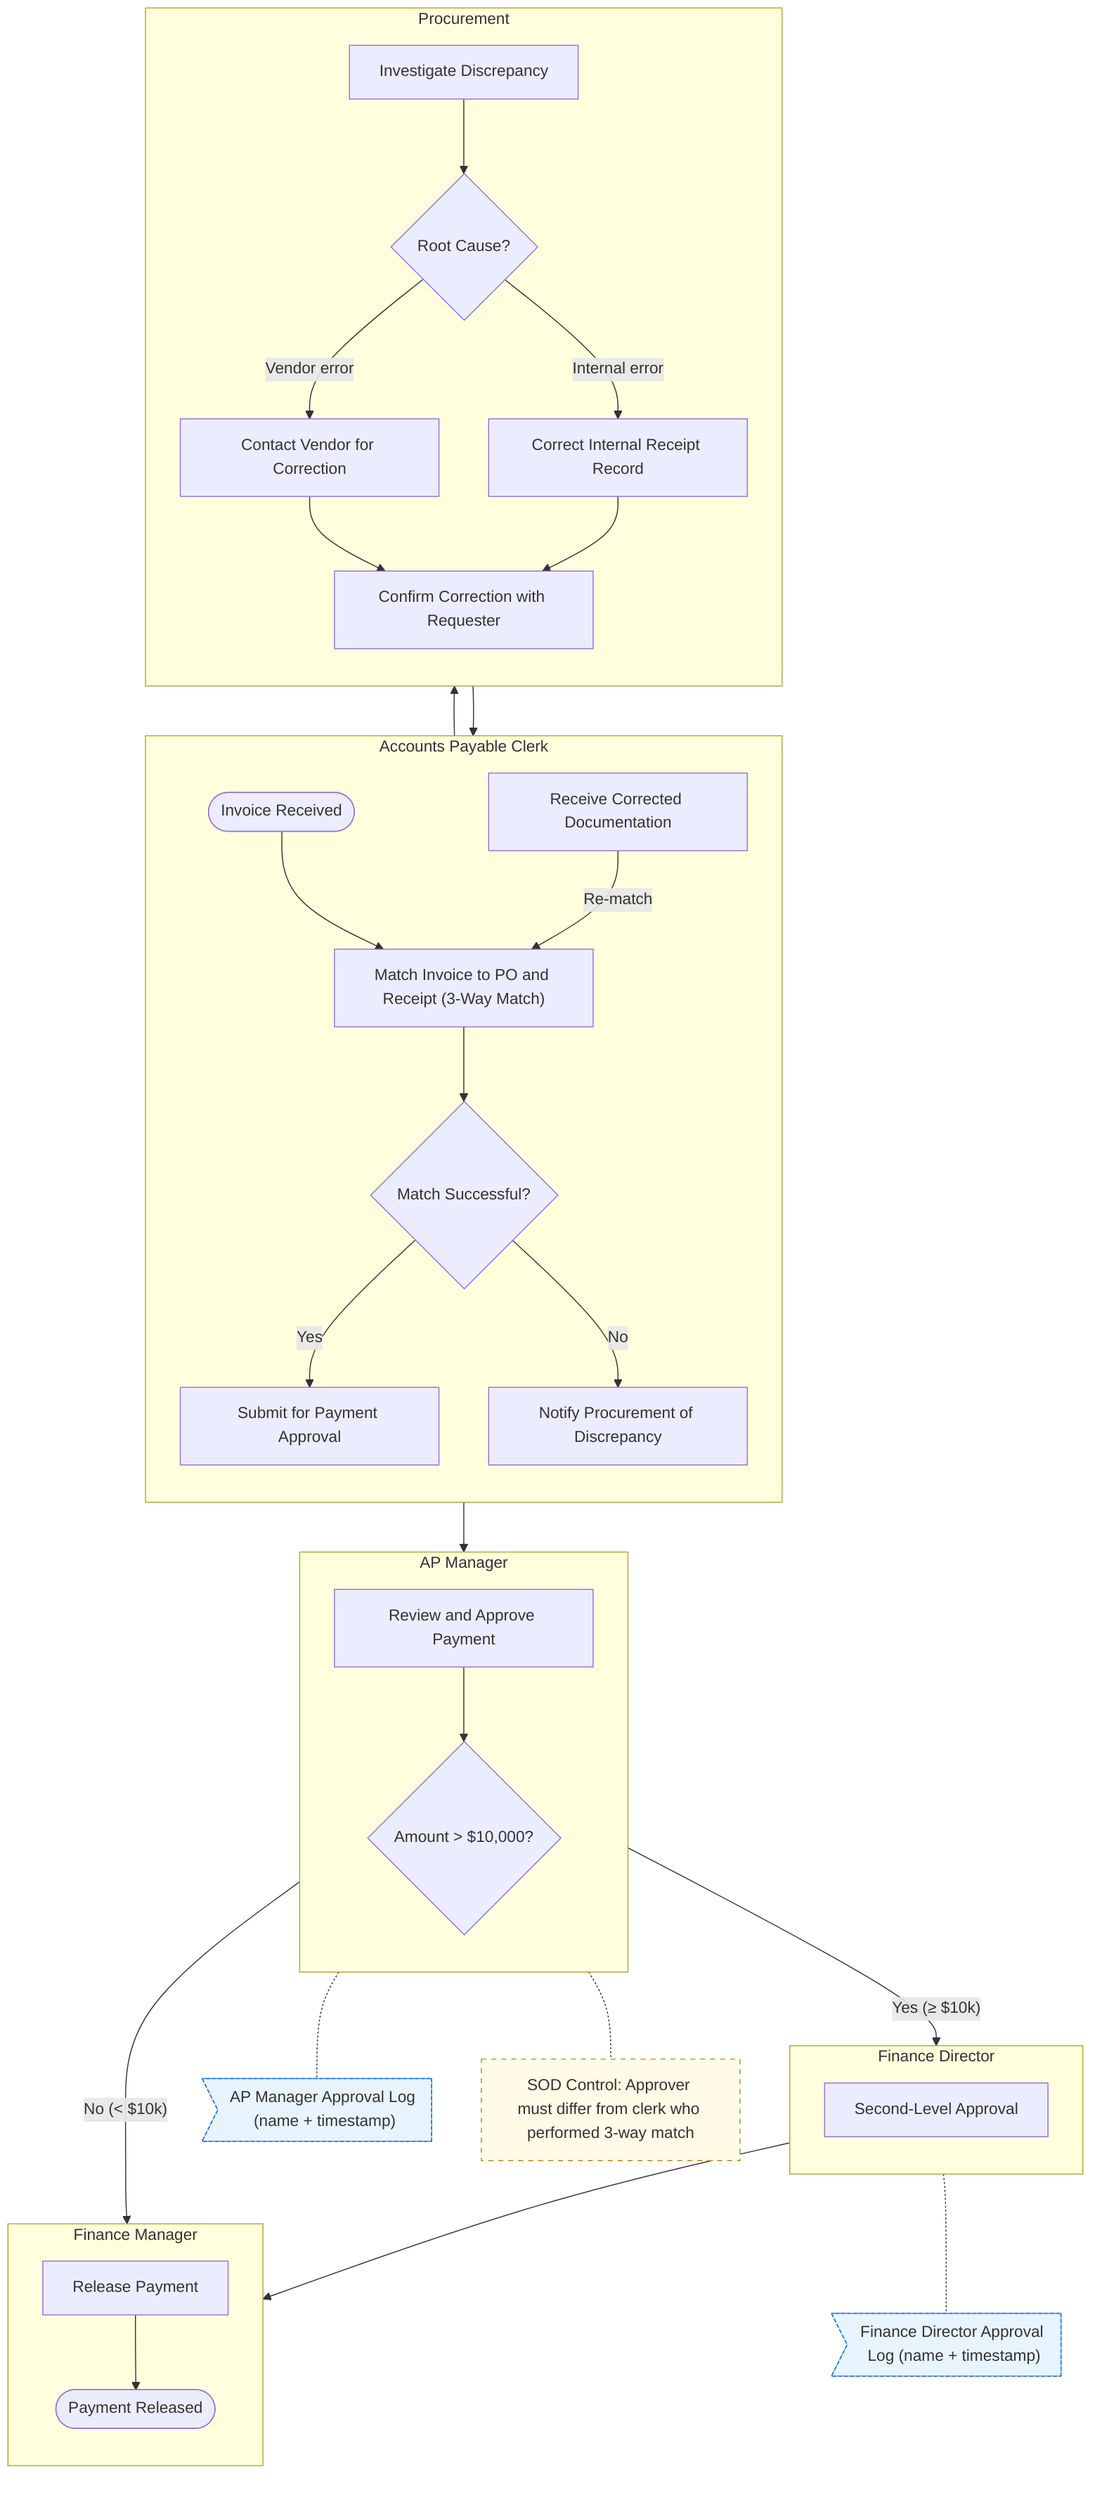
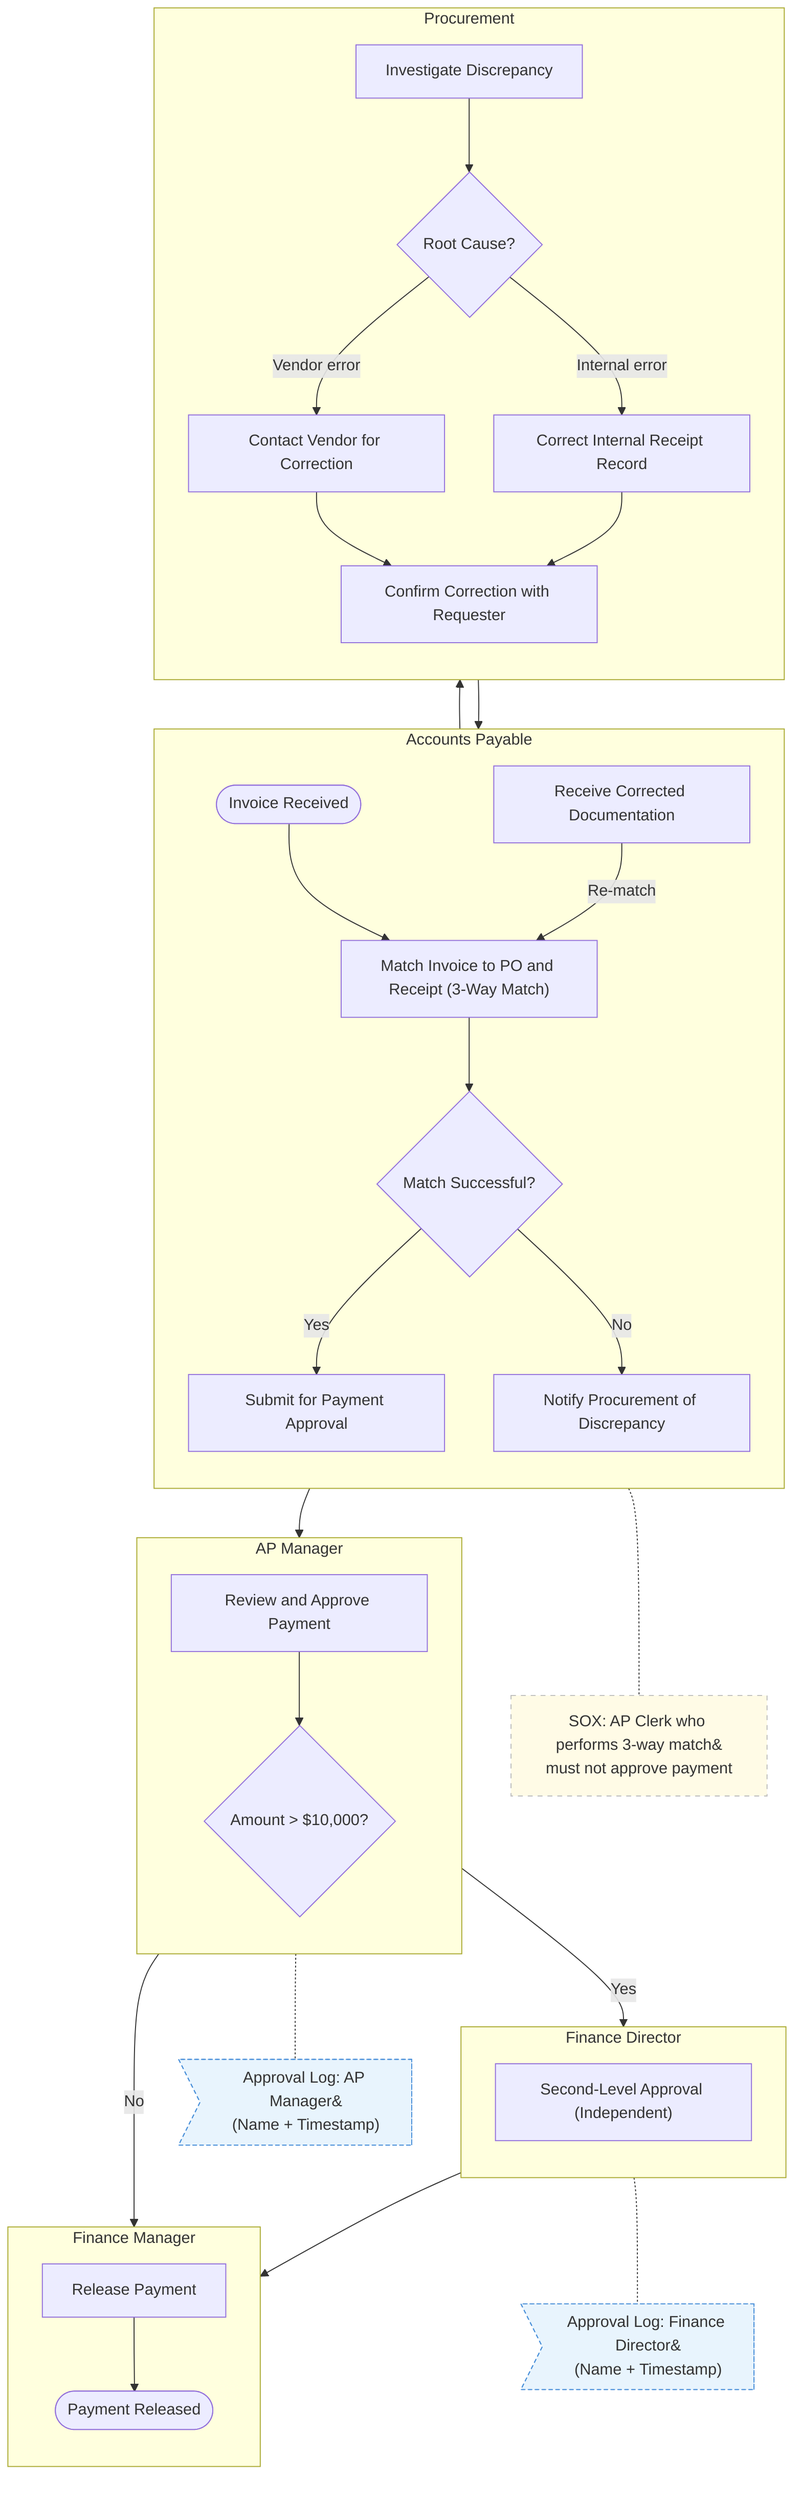
flowchart TD
-     subgraph AP["Accounts Payable Clerk"]
+     subgraph AP["Accounts Payable"]
        direction TB
        StartEvent_1([Invoice Received])
        Task_Match["Match Invoice to PO and Receipt (3-Way Match)"]
        Gateway_MatchOk{"Match Successful?"}
-         Task_SubmitPayment[Submit for Payment Approval]
-         Task_NotifyDiscrepancy[Notify Procurement of Discrepancy]
-         Task_ReceiveCorrected[Receive Corrected Documentation]
+         Task_SubmitPayment["Submit for Payment Approval"]
+         Task_NotifyDiscrepancy["Notify Procurement of Discrepancy"]
+         Task_ReceiveCorrected["Receive Corrected Documentation"]
    end

    subgraph PROC["Procurement"]
        direction TB
-         Task_Investigate[Investigate Discrepancy]
+         Task_Investigate["Investigate Discrepancy"]
        Gateway_RootCause{"Root Cause?"}
-         Task_ContactVendor[Contact Vendor for Correction]
-         Task_InternalCorrection[Correct Internal Receipt Record]
-         Task_RequestCorrected[Confirm Correction with Requester]
+         Task_ContactVendor["Contact Vendor for Correction"]
+         Task_InternalCorrection["Correct Internal Receipt Record"]
+         Task_RequestCorrected["Confirm Correction with Requester"]
    end

-     %% ⚡ CHANGED SECTION — Replaced Finance Manager lane with AP Manager lane for first-level approval and amount threshold gateway
+     %% ⚡ CHANGED SECTION — Replaced Finance Manager with AP Manager lane for first-level approval and amount threshold gateway
    subgraph APM["AP Manager"]
        direction TB
-         Task_APMApprove[Review and Approve Payment]
+         Task_APMApproval["Review and Approve Payment"]
        Gateway_Amount{"Amount > $10,000?"}
    end
    %% END CHANGED SECTION

    %% ⚡ CHANGED SECTION — Added Finance Director lane for second-level approval on high-value payments
    subgraph FD["Finance Director"]
        direction TB
-         Task_FDApprove[Second-Level Approval]
+         Task_FDApproval["Second-Level Approval (Independent)"]
    end
    %% END CHANGED SECTION

-     %% ⚡ CHANGED SECTION — Retained Finance Manager lane for payment release only
+     %% ⚡ CHANGED SECTION — Retained Finance Manager lane only for payment release
    subgraph FM["Finance Manager"]
        direction TB
-         Task_ReleasePayment[Release Payment]
+         Task_ReleasePayment["Release Payment"]
        EndEvent_1([Payment Released])
    end
    %% END CHANGED SECTION

-     %% ⚡ CHANGED SECTION — Audit log artifacts attached to each approval task
-     DOC_APMLog>"AP Manager Approval Log (name + timestamp)"]
-     DOC_FDLog>"Finance Director Approval Log (name + timestamp)"]
-     Task_APMApprove -.- DOC_APMLog
-     Task_FDApprove -.- DOC_FDLog
+     %% ⚡ CHANGED SECTION — Audit trail data objects for each approval step
+     DOC_APM>"Approval Log: AP Manager&#10;(Name + Timestamp)"]
+     DOC_FD>"Approval Log: Finance Director&#10;(Name + Timestamp)"]
    %% END CHANGED SECTION

-     %% ⚡ CHANGED SECTION — SOD annotation on the AP Manager approval node
-     classDef annotation stroke-dasharray:5 5,fill:#fffbe6,stroke:#b8860b;
-     SOD_Note["SOD Control: Approver must differ from clerk who performed 3-way match"]
-     Task_APMApprove -.- SOD_Note
-     class SOD_Note annotation;
+     %% ⚡ CHANGED SECTION — SOX segregation-of-duties annotation on AP lane
+     classDef annotation stroke-dasharray:5 5,fill:#fffbe6,stroke:#bbb;
+     NOTE_SOD["SOX: AP Clerk who performs 3-way match&#10;must not approve payment"]
+     Task_Match -.- NOTE_SOD
+     class NOTE_SOD annotation;
    %% END CHANGED SECTION

    StartEvent_1 --> Task_Match
    Task_Match --> Gateway_MatchOk
    Gateway_MatchOk -->|Yes| Task_SubmitPayment
    Gateway_MatchOk -->|No| Task_NotifyDiscrepancy

-     %% ⚡ CHANGED SECTION — Routed payment approval through AP Manager, amount gateway, optional Finance Director, then release
-     Task_SubmitPayment --> Task_APMApprove
-     Task_APMApprove --> Gateway_Amount
-     Gateway_Amount -->|"Yes (≥ $10k)"| Task_FDApprove
-     Gateway_Amount -->|"No (< $10k)"| Task_ReleasePayment
-     Task_FDApprove --> Task_ReleasePayment
+     %% ⚡ CHANGED SECTION — Rerouted approval flow through AP Manager, threshold check, optional Finance Director, then release
+     Task_SubmitPayment --> Task_APMApproval
+     Task_APMApproval -.- DOC_APM
+     Task_APMApproval --> Gateway_Amount
+     Gateway_Amount -->|Yes| Task_FDApproval
+     Task_FDApproval -.- DOC_FD
+     Task_FDApproval --> Task_ReleasePayment
+     Gateway_Amount -->|No| Task_ReleasePayment
    Task_ReleasePayment --> EndEvent_1
    %% END CHANGED SECTION

    Task_NotifyDiscrepancy --> Task_Investigate
    Task_Investigate --> Gateway_RootCause
    Gateway_RootCause -->|Vendor error| Task_ContactVendor
    Gateway_RootCause -->|Internal error| Task_InternalCorrection
    Task_ContactVendor --> Task_RequestCorrected
    Task_InternalCorrection --> Task_RequestCorrected
    Task_RequestCorrected --> Task_ReceiveCorrected
    Task_ReceiveCorrected -->|Re-match| Task_Match

-     %% ⚡ CHANGED SECTION — Style definitions for audit artifacts
-     classDef dataobj fill:#e8f4fd,stroke:#1a73e8,stroke-dasharray:4 2;
-     class DOC_APMLog,DOC_FDLog dataobj;
+     %% ⚡ CHANGED SECTION — Style definitions for checkpoints and data objects
+     classDef dataobj fill:#e8f4fd,stroke:#4a90d9,stroke-dasharray:4 3;
+     class DOC_APM,DOC_FD dataobj;
    %% END CHANGED SECTION

%% EXPLANATION:
- %% Renamed the original AP subgraph to "Accounts Payable Clerk" to clarify the role boundary. Added a new "AP Manager" lane containing the first-level payment approval and an amount threshold gateway ($10,000). Added a "Finance Director" lane for the required second-level approval on high-value payments. Rerouted the approval flow so Submit for Payment goes to AP Manager → amount check → (optionally) Finance Director → Release Payment. Attached audit log data objects (approver name + timestamp) to both approval tasks via dotted association lines so they don't block the sequence flow. Added a dashed-border SOD annotation to the AP Manager approval node documenting the segregation-of-duties control.+ %% Removed the single Finance Manager approval step and replaced it with a two-tier approval chain: (1) an AP Manager lane that reviews and approves every payment (segregated from the AP Clerk who performs the match), and (2) an amount threshold gateway that routes payments above $10,000 to a new Finance Director lane for an independent second approval. The Finance Manager lane now only releases the payment after all approvals are complete. Two audit-trail data objects (AP Manager Approval Log and Finance Director Approval Log, each capturing name and timestamp) are attached as artifacts to their respective approval tasks via dotted association lines. A SOX annotation is attached to the 3-way match task to document the segregation-of-duties control.